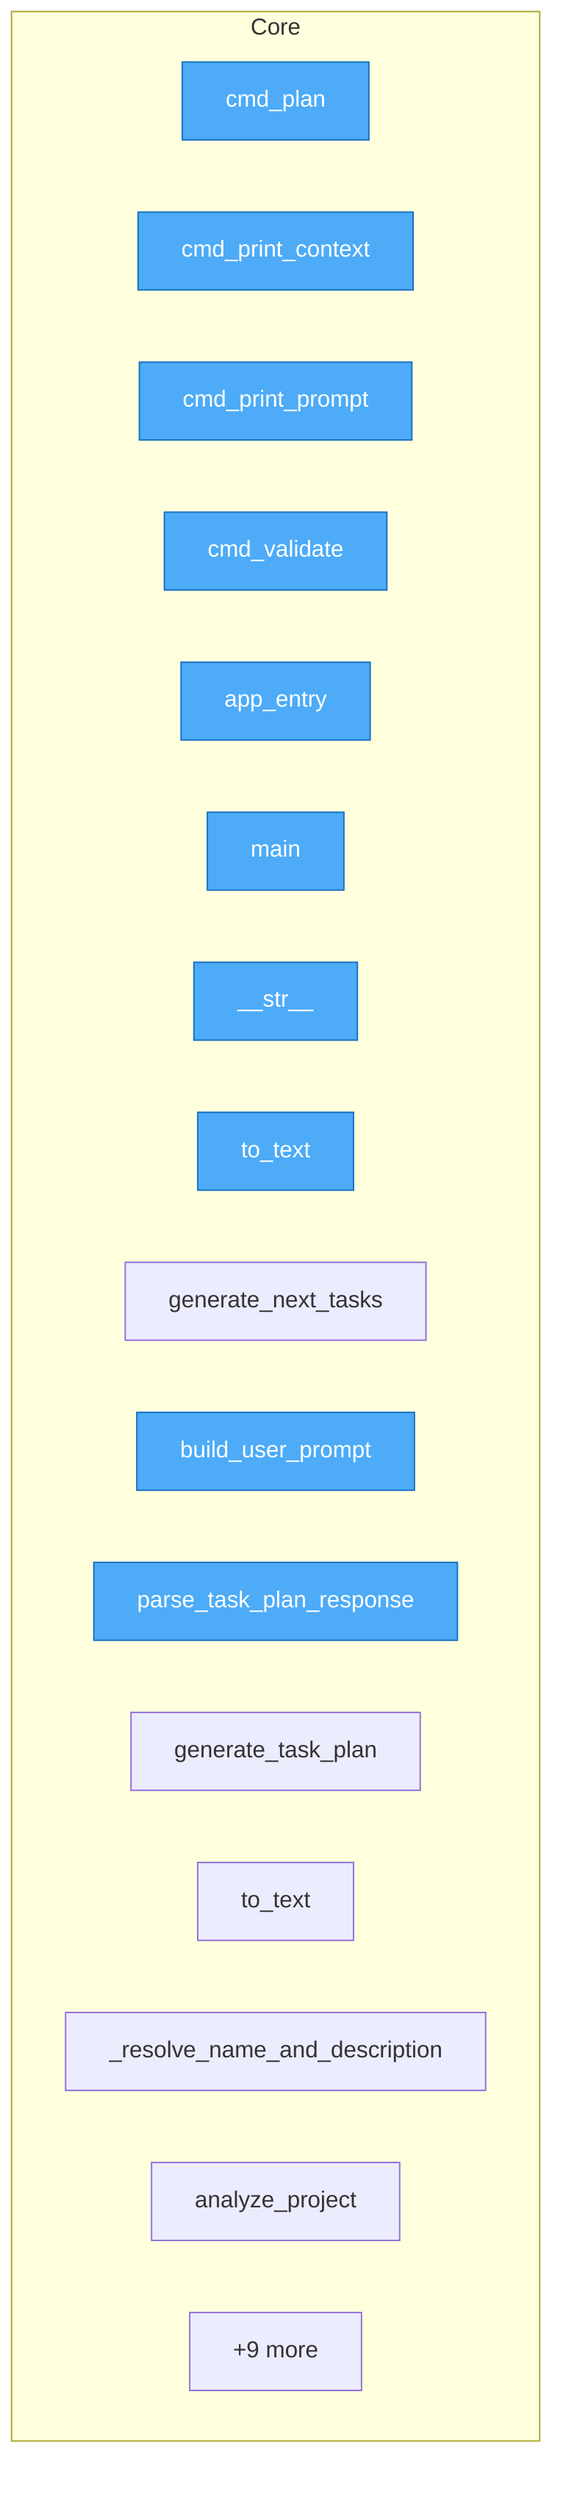
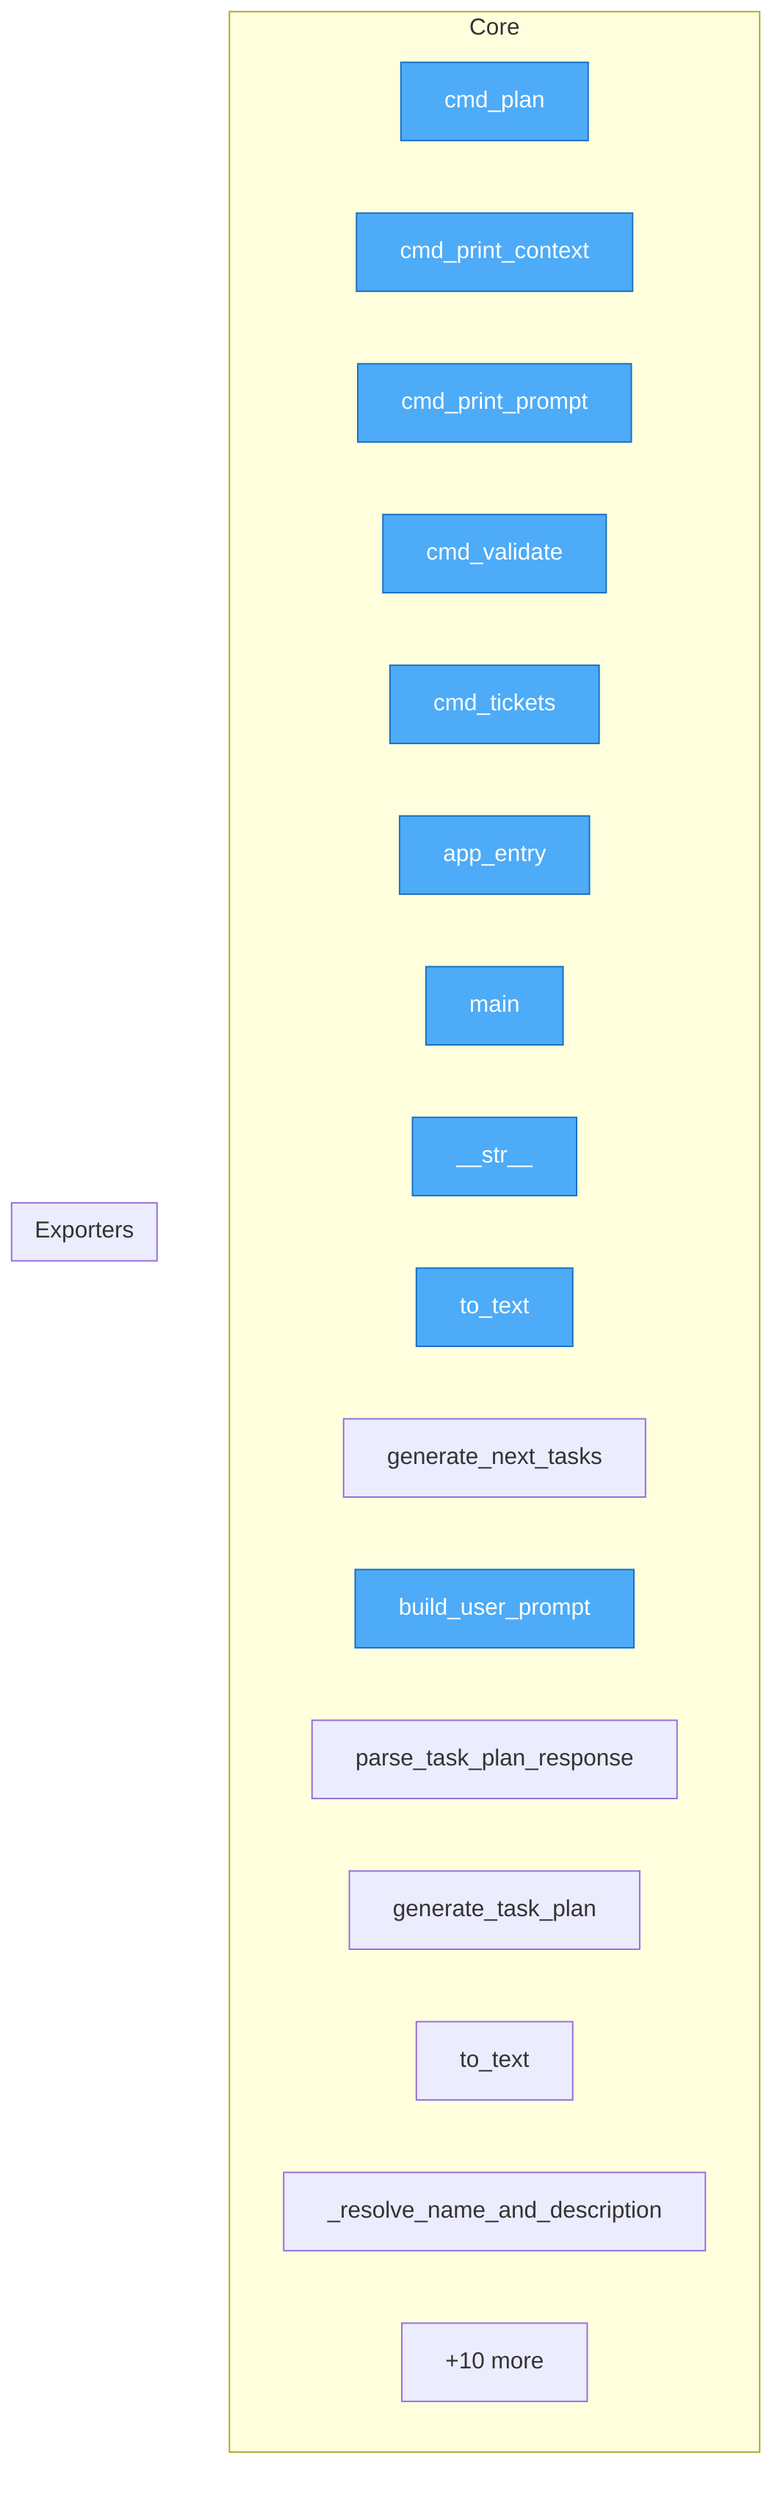
flowchart TD
%% generated in 0.00s

    %% Entry points (blue)
    classDef entry fill:#4dabf7,stroke:#1971c2,color:#fff

    subgraph Core
        src__lane__cli__cmd_plan["cmd_plan"]
        src__lane__cli__cmd_print_context["cmd_print_context"]
        src__lane__cli__cmd_print_prompt["cmd_print_prompt"]
        src__lane__cli__cmd_validate["cmd_validate"]
+         src__lane__cli__cmd_tickets["cmd_tickets"]
        src__lane__cli__app_entry["app_entry"]
        src__lane__cli__main["main"]
        src__lane__git_reader__CommitInfo____str__["__str__"]
        src__lane__git_reader__GitContext__to_text["to_text"]
        src__lane__planner__generate_next_tasks["generate_next_tasks"]
        src__lane__llm_client__build_user_prompt["build_user_prompt"]
        src__lane__llm_client__parse_task_plan_response["parse_task_plan_response"]
        src__lane__llm_client__OpenAICompatibleLLMClient__generate_task_plan["generate_task_plan"]
        src__lane__project_analyzer__ProjectSnapshot__to_text["to_text"]
        src__lane__project_analyzer___resolve_name_and_description["_resolve_name_and_description"]
-         src__lane__project_analyzer__analyze_project["analyze_project"]
-         ...["+9 more"]
+         ...["+10 more"]
    end

-     class src__lane__cli__cmd_plan,src__lane__cli__cmd_print_context,src__lane__cli__cmd_print_prompt,src__lane__cli__cmd_validate,src__lane__cli__app_entry,src__lane__cli__main,src__lane__git_reader__CommitInfo____str__,src__lane__git_reader__GitContext__to_text,src__lane__llm_client__build_user_prompt,src__lane__llm_client__parse_task_plan_response entry
+     subgraph Exporters
+     end
+ 
+     class src__lane__cli__cmd_plan,src__lane__cli__cmd_print_context,src__lane__cli__cmd_print_prompt,src__lane__cli__cmd_validate,src__lane__cli__cmd_tickets,src__lane__cli__app_entry,src__lane__cli__main,src__lane__git_reader__CommitInfo____str__,src__lane__git_reader__GitContext__to_text,src__lane__llm_client__build_user_prompt entry
